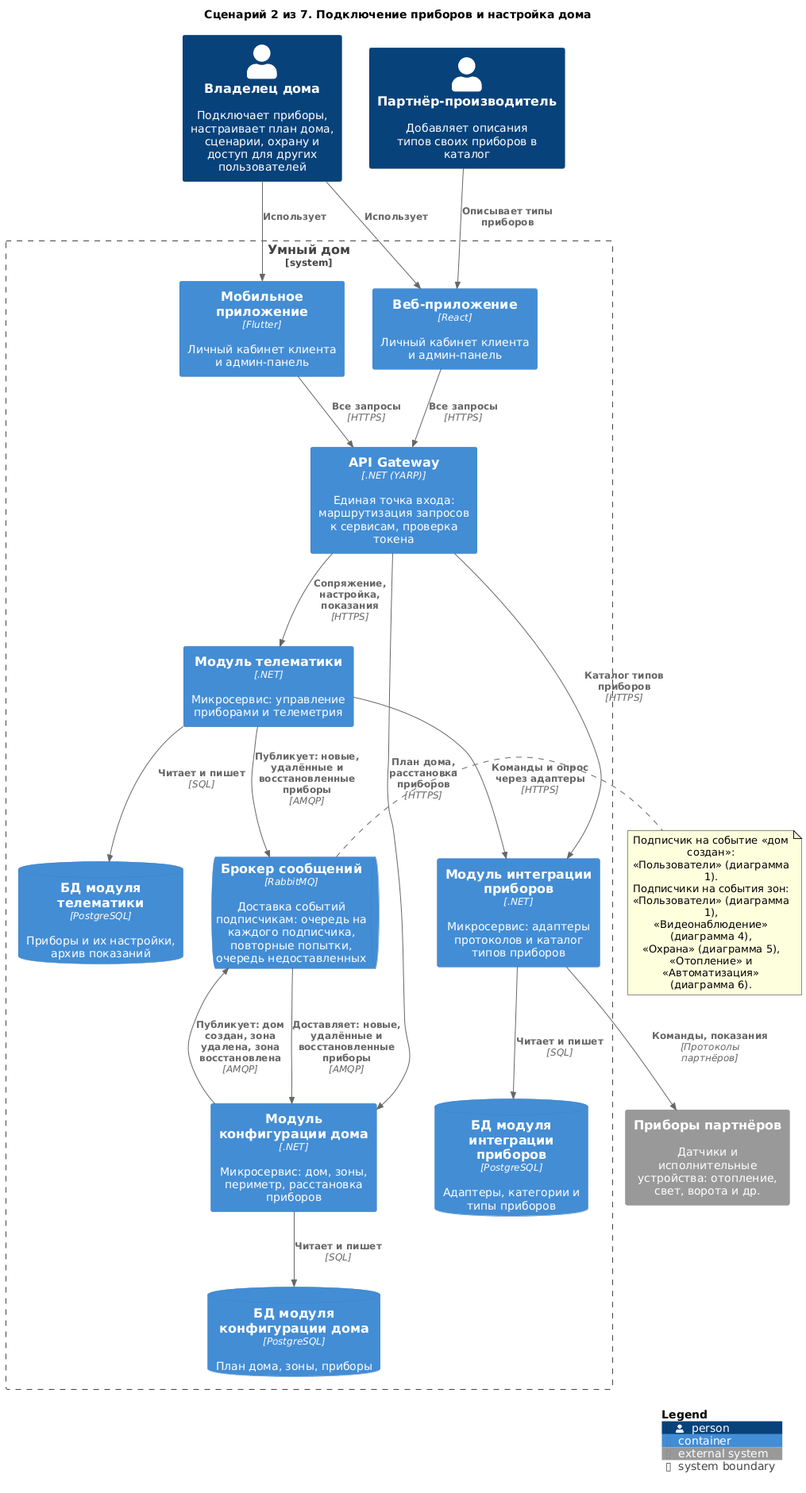
Lyamin-av/architecture-warmhouse keeps this PlantUML diagram as diagrams/containers-scenarios/02-pairing-and-house-setup.png. Above is the earlier version.
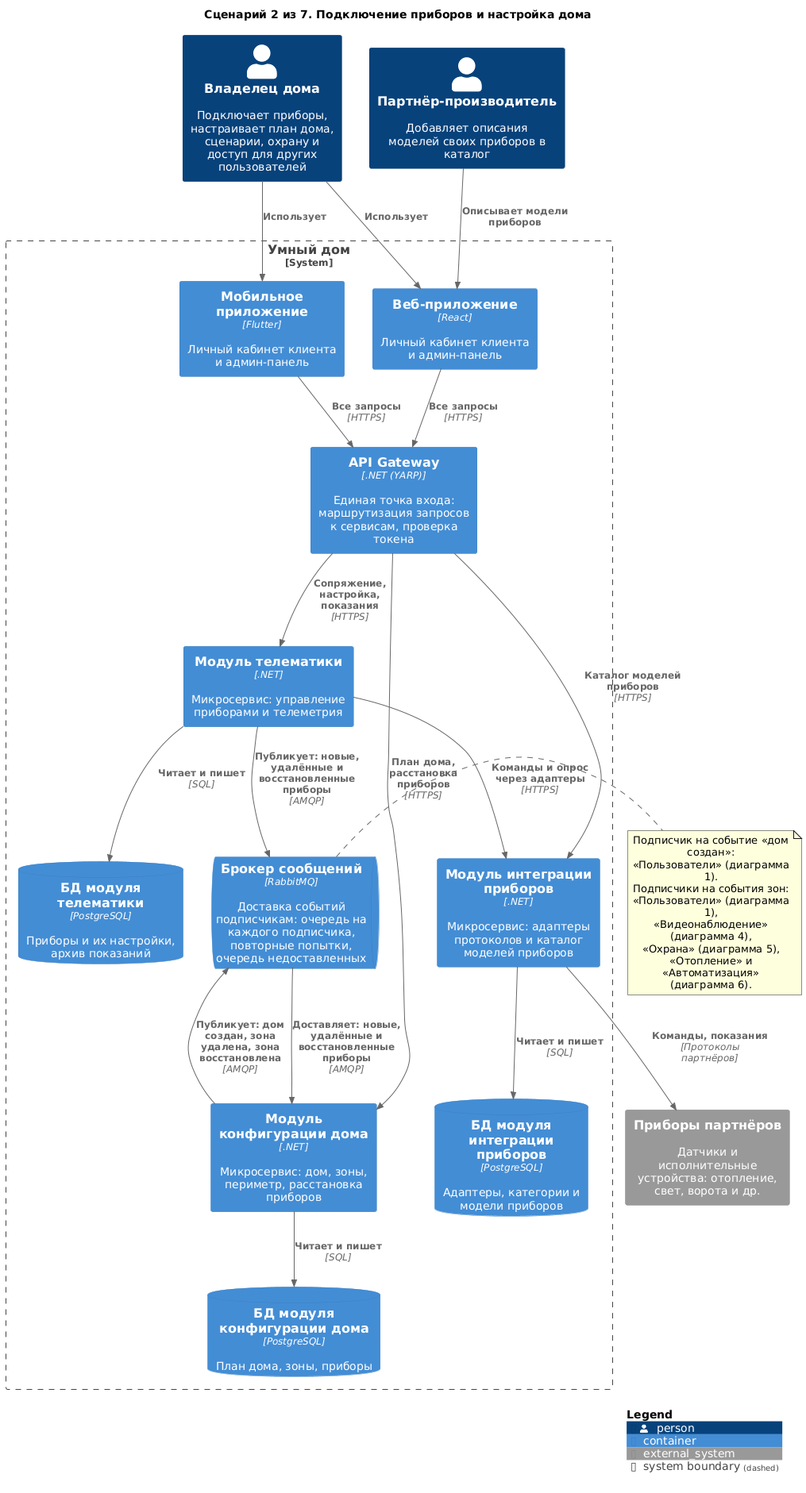
The same file after the commit.

Change to the diagram source:
```diff
@@ -4,18 +4,18 @@
 title Сценарий 2 из 7. Подключение приборов и настройка дома
 
 Person(owner, "Владелец дома", "Подключает приборы, настраивает план дома, сценарии, охрану и доступ для других пользователей")
-Person(partner, "Партнёр-производитель", "Добавляет описания типов своих приборов в каталог")
+Person(partner, "Партнёр-производитель", "Добавляет описания моделей своих приборов в каталог")
 
 System_Boundary(Warmhouse, "Умный дом") {
     Container(webapp, "Веб-приложение", "React", "Личный кабинет клиента и админ-панель")
     Container(mobile, "Мобильное приложение", "Flutter", "Личный кабинет клиента и админ-панель")
     Container(Gateway, "API Gateway", ".NET (YARP)", "Единая точка входа: маршрутизация запросов к сервисам, проверка токена")
     Container(Telematics, "Модуль телематики", ".NET", "Микросервис: управление приборами и телеметрия")
-    Container(DeviceIntegration, "Модуль интеграции приборов", ".NET", "Микросервис: адаптеры протоколов и каталог типов приборов")
+    Container(DeviceIntegration, "Модуль интеграции приборов", ".NET", "Микросервис: адаптеры протоколов и каталог моделей приборов")
     Container(HouseConfigurator, "Модуль конфигурации дома", ".NET", "Микросервис: дом, зоны, периметр, расстановка приборов")
     ContainerQueue(Broker, "Брокер сообщений", "RabbitMQ", "Доставка событий подписчикам: очередь на каждого подписчика, повторные попытки, очередь недоставленных")
     ContainerDb(dbTelematics, "БД модуля телематики", "PostgreSQL", "Приборы и их настройки, архив показаний")
-    ContainerDb(dbDIS, "БД модуля интеграции приборов", "PostgreSQL", "Адаптеры, категории и типы приборов")
+    ContainerDb(dbDIS, "БД модуля интеграции приборов", "PostgreSQL", "Адаптеры, категории и модели приборов")
     ContainerDb(dbHC, "БД модуля конфигурации дома", "PostgreSQL", "План дома, зоны, приборы")
 }
 
@@ -23,12 +23,12 @@
 
 Rel(owner, webapp, "Использует")
 Rel(owner, mobile, "Использует")
-Rel(partner, webapp, "Описывает типы приборов")
+Rel(partner, webapp, "Описывает модели приборов")
 Rel(webapp, Gateway, "Все запросы", "HTTPS")
 Rel(mobile, Gateway, "Все запросы", "HTTPS")
 Rel(Gateway, Telematics, "Сопряжение, настройка, показания", "HTTPS")
 Rel(Gateway, HouseConfigurator, "План дома, расстановка приборов", "HTTPS")
-Rel(Gateway, DeviceIntegration, "Каталог типов приборов", "HTTPS")
+Rel(Gateway, DeviceIntegration, "Каталог моделей приборов", "HTTPS")
 Rel(Telematics, DeviceIntegration, "Команды и опрос через адаптеры", "HTTPS")
 Rel(DeviceIntegration, devices, "Команды, показания", "Протоколы партнёров")
 Rel(Telematics, Broker, "Публикует: новые, удалённые и восстановленные приборы", "AMQP")
```
